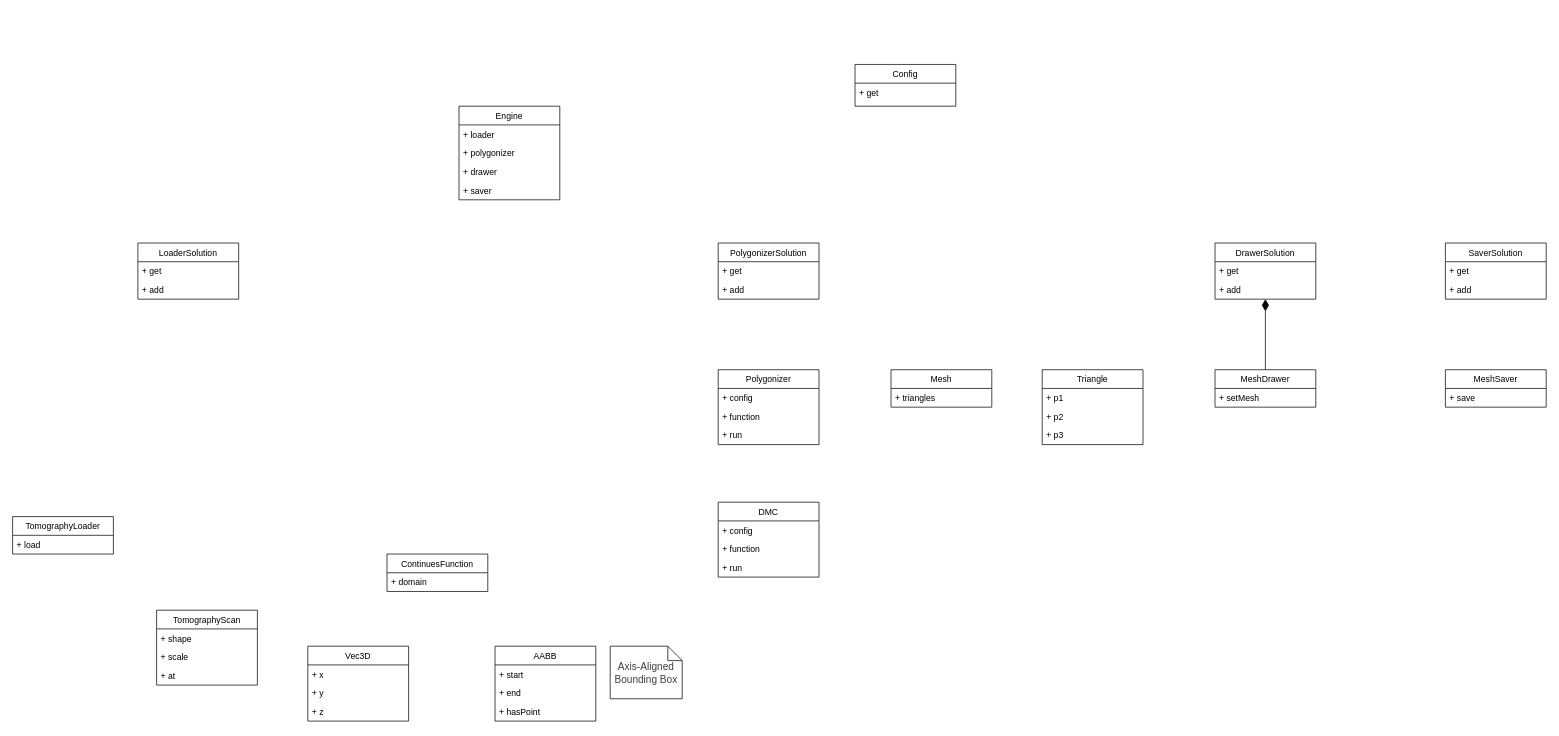
Earlier version of the draw.io diagram uml.drawio (maxhha/bmstu-iu7-cg-cp). Source tidied: cells renumbered, new cells numbered last; positions are measured from the earlier drawing's top-left corner, leaving out a move shared by most shapes. Both pictures are drawn from the tidied source at 72%, with x=0, y=0 at pixel (12, 64).
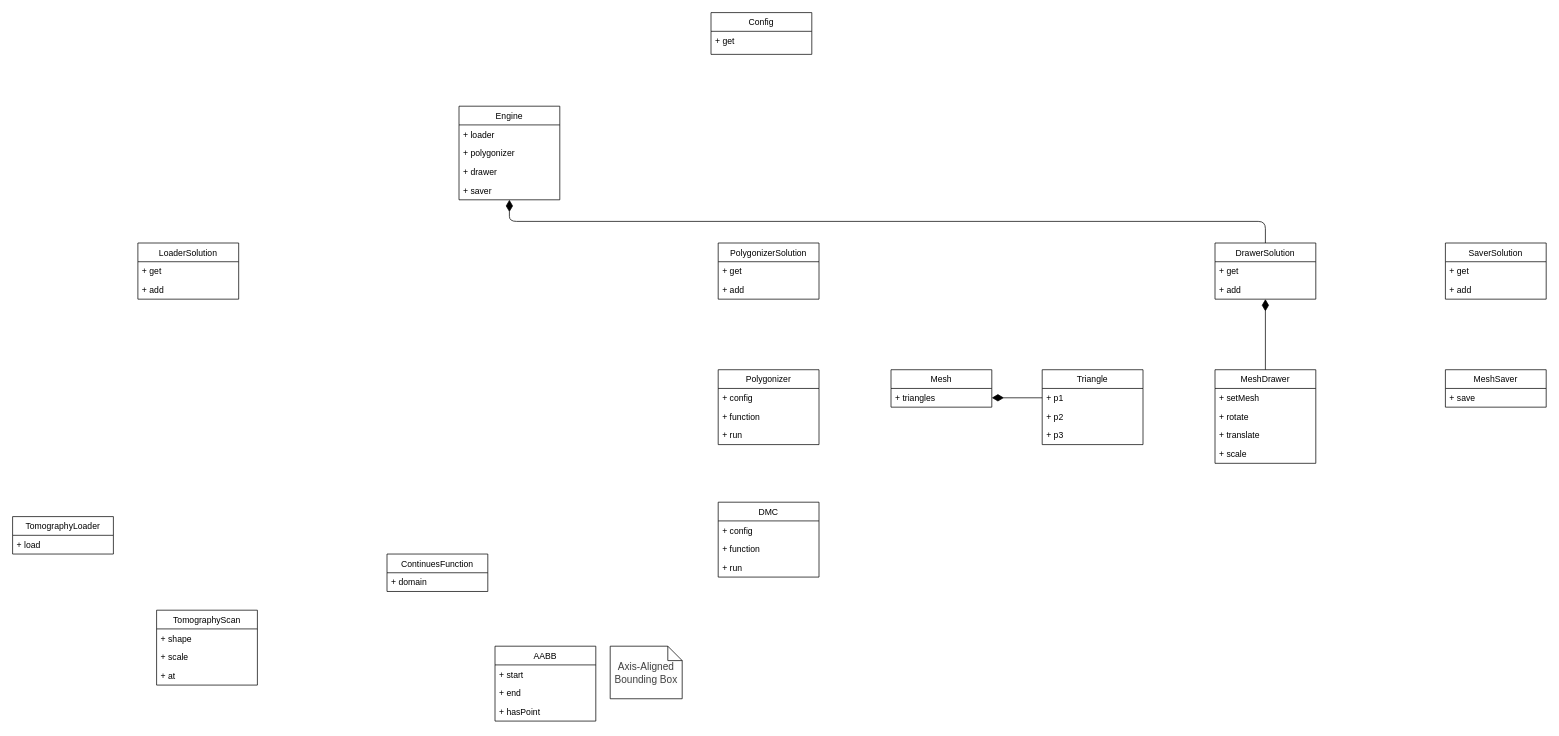
The same page after the edit.

Unchanged cells that the change refers to:
```xml
<mxCell id="15" value="+ triangles" style="text;strokeColor=none;fillColor=none;align=left;verticalAlign=top;spacingLeft=4;spacingRight=4;overflow=hidden;points=[[0,0.5],[1,0.5]];portConstraint=eastwest;" parent="14" vertex="1">
  <mxGeometry y="26" width="140" height="26" as="geometry" />
</mxCell>
<mxCell id="37" value="+ p1" style="text;strokeColor=none;fillColor=none;align=left;verticalAlign=top;spacingLeft=4;spacingRight=4;overflow=hidden;points=[[0,0.5],[1,0.5]];portConstraint=eastwest;" parent="36" vertex="1">
  <mxGeometry y="26" width="140" height="26" as="geometry" />
</mxCell>
<mxCell id="40" value="Engine" style="swimlane;fontStyle=0;horizontal=1;startSize=26;fillColor=none;" parent="1" vertex="1">
  <mxGeometry x="620" y="58" width="140" height="130" as="geometry" />
</mxCell>
<mxCell id="54" value="DrawerSolution" style="swimlane;fontStyle=0;horizontal=1;startSize=26;fillColor=none;" parent="1" vertex="1">
  <mxGeometry x="1670" y="248" width="140" height="78" as="geometry" />
</mxCell>
```

The edit, as a diff of the source:
```diff
@@
     <mxCell id="19" value="MeshDrawer" style="swimlane;fontStyle=0;horizontal=1;startSize=26;fillColor=none;" parent="1" vertex="1">
-      <mxGeometry x="1670" y="424" width="140" height="52" as="geometry" />
+      <mxGeometry x="1670" y="424" width="140" height="130" as="geometry" />
     </mxCell>
@@
-    <mxCell id="21" value="Vec3D" style="swimlane;fontStyle=0;horizontal=1;startSize=26;fillColor=none;" parent="1" vertex="1">
-      <mxGeometry x="410" y="808" width="140" height="104" as="geometry" />
-    </mxCell>
-    <mxCell id="22" value="+ x" style="text;strokeColor=none;fillColor=none;align=left;verticalAlign=top;spacingLeft=4;spacingRight=4;overflow=hidden;" parent="21" vertex="1">
-      <mxGeometry y="26" width="140" height="26" as="geometry" />
-    </mxCell>
-    <mxCell id="23" value="+ y" style="text;strokeColor=none;fillColor=none;align=left;verticalAlign=top;spacingLeft=4;spacingRight=4;overflow=hidden;" parent="21" vertex="1">
-      <mxGeometry y="52" width="140" height="26" as="geometry" />
-    </mxCell>
-    <mxCell id="24" value="+ z" style="text;strokeColor=none;fillColor=none;align=left;verticalAlign=top;spacingLeft=4;spacingRight=4;overflow=hidden;" parent="21" vertex="1">
-      <mxGeometry y="78" width="140" height="26" as="geometry" />
-    </mxCell>
+    <mxCell id="57" value="+ rotate" style="text;strokeColor=none;fillColor=none;align=left;verticalAlign=top;spacingLeft=4;spacingRight=4;overflow=hidden;" parent="19" vertex="1">
+      <mxGeometry y="52" width="140" height="26" as="geometry" />
+    </mxCell>
+    <mxCell id="58" value="+ translate" style="text;strokeColor=none;fillColor=none;align=left;verticalAlign=top;spacingLeft=4;spacingRight=4;overflow=hidden;" parent="19" vertex="1">
+      <mxGeometry y="78" width="140" height="26" as="geometry" />
+    </mxCell>
+    <mxCell id="59" value="+ scale" style="text;strokeColor=none;fillColor=none;align=left;verticalAlign=top;spacingLeft=4;spacingRight=4;overflow=hidden;" parent="19" vertex="1">
+      <mxGeometry y="104" width="140" height="26" as="geometry" />
+    </mxCell>
@@
     <mxCell id="30" value="Config" style="swimlane;fontStyle=0;horizontal=1;startSize=26;fillColor=none;" parent="1" vertex="1">
-      <mxGeometry x="1170" width="140" height="58" as="geometry" />
+      <mxGeometry x="970" y="-72" width="140" height="58" as="geometry" />
     </mxCell>
@@
+    <mxCell id="60" style="edgeStyle=orthogonalEdgeStyle;rounded=1;jettySize=auto;html=1;endArrow=diamondThin;endFill=1;startSize=14;endSize=14;" parent="1" edge="1" source="54" target="40">
+      <mxGeometry relative="1" as="geometry">
+        <Array as="points">
+          <mxPoint x="1740" y="218" />
+          <mxPoint x="690" y="218" />
+        </Array>
+      </mxGeometry>
+    </mxCell>
@@
+    <mxCell id="61" style="edgeStyle=orthogonalEdgeStyle;rounded=0;jettySize=auto;html=1;endArrow=diamondThin;endFill=1;startSize=14;endSize=14;" parent="1" edge="1" source="37" target="15">
+      <mxGeometry relative="1" as="geometry" />
+    </mxCell>
```
